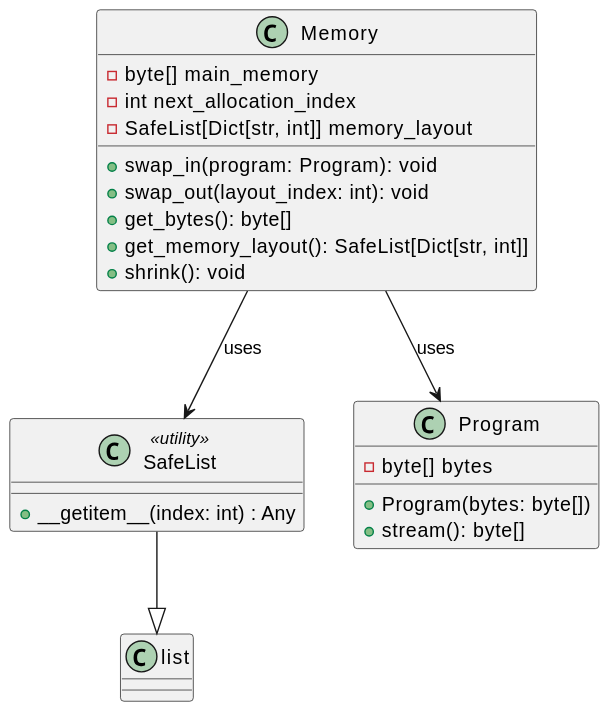
Above: out/schema/MEMSIM.svg in Caue-Aron/MEMSIM (PlantUML), before the change.
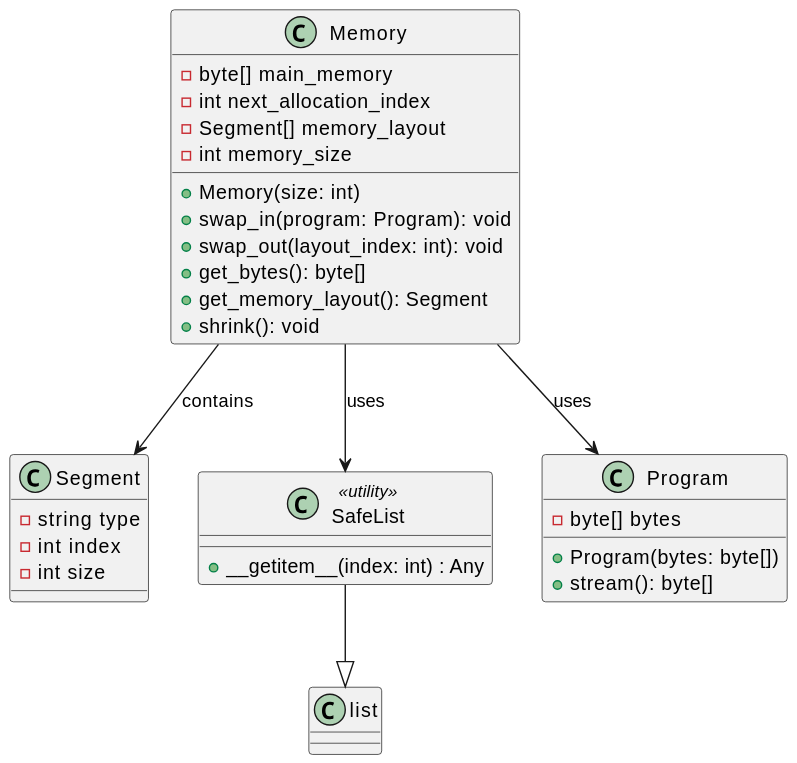
After the commit.

Commit message:
feat(memsim): adicionado classe de erros

Diff of the diagram source:
```diff
@@ -2,13 +2,21 @@
 class Memory {
     - byte[] main_memory
     - int next_allocation_index
-    - SafeList[Dict[str, int]] memory_layout
+    - Segment[] memory_layout
+    - int memory_size
 
+    + Memory(size: int)
     + swap_in(program: Program): void
     + swap_out(layout_index: int): void
     + get_bytes(): byte[]
-    + get_memory_layout(): SafeList[Dict[str, int]]
+    + get_memory_layout(): Segment
     + shrink(): void
+}
+
+class Segment {
+    - string type
+    - int index
+    - int size
 }
 
 class SafeList <<utility>> {
@@ -25,4 +33,5 @@
 SafeList --|> list
 Memory --> Program : uses
 Memory --> SafeList : uses
+Memory --> Segment : contains
 @enduml
```
